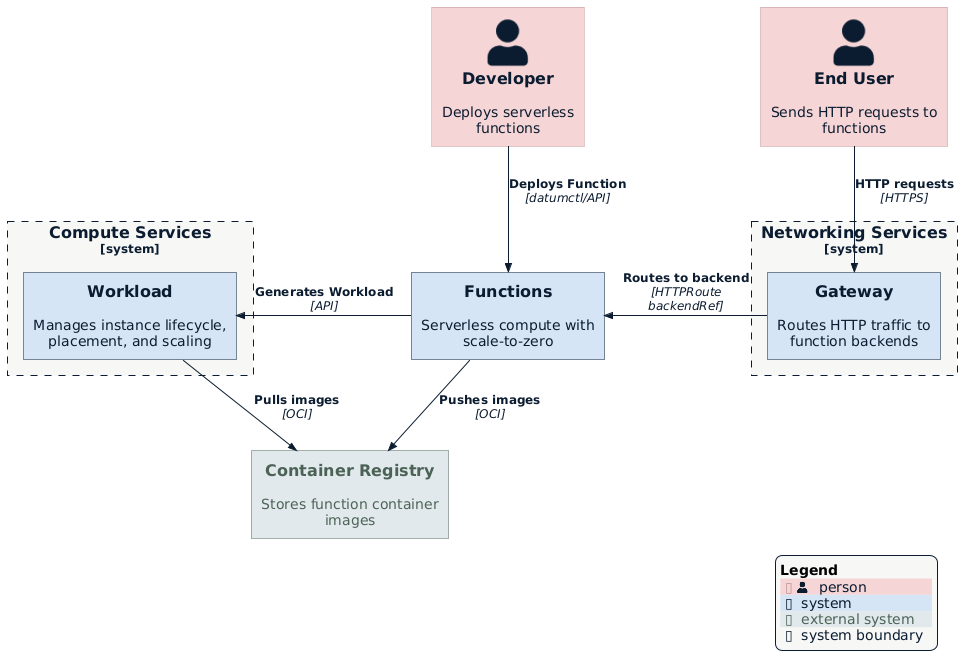
Earlier version of the PlantUML export enhancements/compute/functions/architecture-context.png (datum-cloud/enhancements).
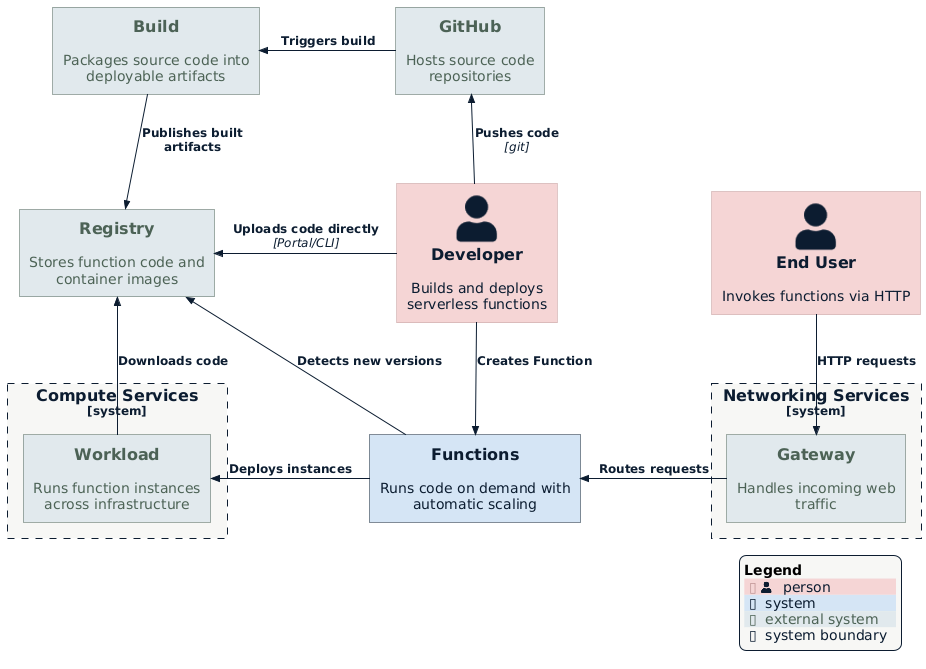
The same file after the commit.

Commit message:
feat(compute): improve Functions enhancement clarity and completeness

The edit, as a diff of the source:
```diff
@@ -3,28 +3,33 @@
 !include https://raw.githubusercontent.com/plantuml-stdlib/C4-PlantUML/master/C4_Context.puml
 !include ../../datum-theme.puml
 
-Person(developer, "Developer", "Deploys serverless functions")
-Person(end_user, "End User", "Sends HTTP requests to functions")
+Person(developer, "Developer", "Builds and deploys serverless functions")
+Person(end_user, "End User", "Invokes functions via HTTP")
 
-System(functions, "Functions", "Serverless compute with scale-to-zero")
+System(functions, "Functions", "Runs code on demand with automatic scaling")
+
+System_Ext(registry, "Registry", "Stores function code and container images")
+System_Ext(build, "Build", "Packages source code into deployable artifacts")
+System_Ext(source, "GitHub", "Hosts source code repositories")
 
 System_Boundary(compute, "Compute Services") {
-    System(workload, "Workload", "Manages instance lifecycle, placement, and scaling")
+  System_Ext(workload, "Workload", "Runs function instances across infrastructure")
 }
 
 System_Boundary(networking, "Networking Services") {
-    System(gateway, "Gateway", "Routes HTTP traffic to function backends")
+  System_Ext(gateway, "Gateway", "Handles incoming web traffic")
 }
 
-System_Ext(registry, "Container Registry", "Stores function container images")
+Rel_D(developer, functions, "Creates Function")
+Rel_L(developer, registry, "Uploads code directly", "Portal/CLI")
+Rel_D(end_user, gateway, "HTTP requests")
 
-Rel_D(developer, functions, "Deploys Function", "datumctl/API")
-Rel_D(end_user, gateway, "HTTP requests", "HTTPS")
-
-Rel_L(gateway, functions, "Routes to backend", "HTTPRoute backendRef")
-Rel_R(functions, workload, "Generates Workload", "API")
-Rel(functions, registry, "Pushes images", "OCI")
-Rel(workload, registry, "Pulls images", "OCI")
-
+Rel_L(gateway, functions, "Routes requests")
+Rel_R(functions, workload, "Deploys instances")
+Rel_U(functions, registry, "Detects new versions")
+Rel_L(workload, registry, "Downloads code")
+Rel_U(developer, source, "Pushes code", "git")
+Rel_L(source, build, "Triggers build")
+Rel(build, registry, "Publishes built artifacts")
 SHOW_LEGEND()
 @enduml
```
